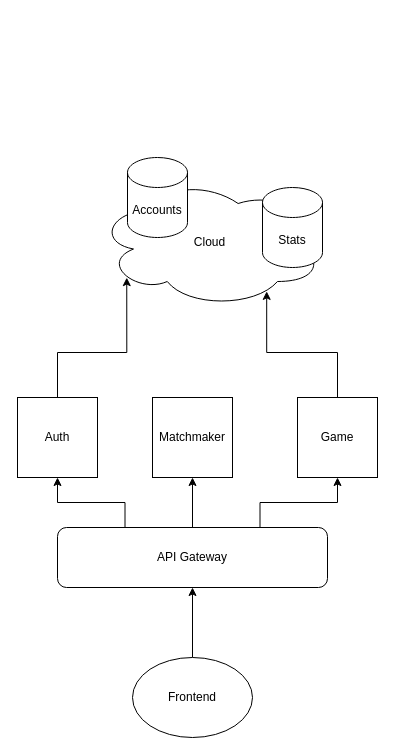
Above: references/Architecture.drawio in Math-Vov13/BloodyMoon (draw.io), before the change. Source tidied: cells renumbered, new cells numbered last; positions are measured from the earlier drawing's top-left corner, leaving out a move shared by most shapes. Both pictures are drawn from the tidied source at 100%, with x=0, y=0 at pixel (17, 157).
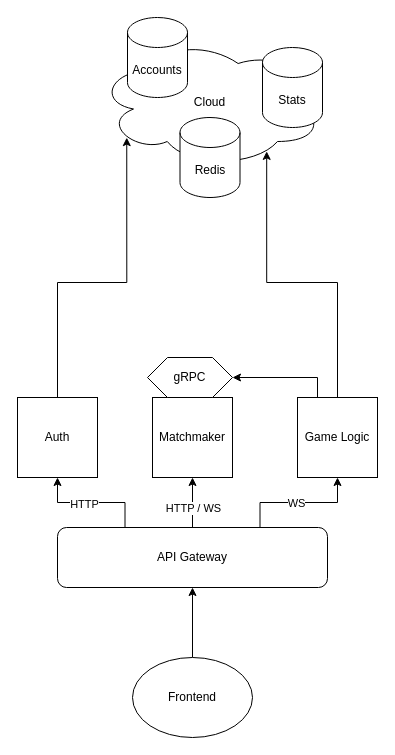
After the change.

Unchanged cells that the change refers to:
```xml
<mxCell id="2" style="edgeStyle=orthogonalEdgeStyle;rounded=0;jettySize=auto;html=1;exitX=0.5;exitY=0;exitDx=0;exitDy=0;entryX=0.5;entryY=1;entryDx=0;entryDy=0;" parent="1" edge="1" source="5" target="9">
  <mxGeometry relative="1" as="geometry" />
</mxCell>
<mxCell id="3" style="edgeStyle=orthogonalEdgeStyle;rounded=0;jettySize=auto;html=1;exitX=0.25;exitY=0;exitDx=0;exitDy=0;entryX=0.5;entryY=1;entryDx=0;entryDy=0;" parent="1" edge="1" source="5" target="8">
  <mxGeometry relative="1" as="geometry" />
</mxCell>
<mxCell id="4" style="edgeStyle=orthogonalEdgeStyle;rounded=0;jettySize=auto;html=1;exitX=0.75;exitY=0;exitDx=0;exitDy=0;entryX=0.5;entryY=1;entryDx=0;entryDy=0;" parent="1" edge="1" source="5" target="10">
  <mxGeometry relative="1" as="geometry" />
</mxCell>
```

The edit, as a diff of the source:
```diff
@@
+    <mxCell id="16" value="HTTP / WS" style="edgeLabel;html=1;align=center;verticalAlign=middle;" parent="2" vertex="1">
+      <mxGeometry x="-0.21" relative="1" as="geometry" />
+    </mxCell>
@@
+    <mxCell id="17" value="HTTP" style="edgeLabel;html=1;align=center;verticalAlign=middle;" parent="3" vertex="1">
+      <mxGeometry x="0.12" y="1" relative="1" as="geometry" />
+    </mxCell>
@@
+    <mxCell id="18" value="WS" style="edgeLabel;html=1;align=center;verticalAlign=middle;" parent="4" vertex="1">
+      <mxGeometry x="-0.05" relative="1" as="geometry" />
+    </mxCell>
@@
+    <mxCell id="19" style="edgeStyle=orthogonalEdgeStyle;rounded=0;jettySize=auto;html=1;exitX=0.25;exitY=0;exitDx=0;exitDy=0;entryX=1;entryY=0.5;entryDx=0;entryDy=0;" parent="1" edge="1" source="10" target="20">
+      <mxGeometry relative="1" as="geometry" />
+    </mxCell>
-    <mxCell id="10" value="Game" style="whiteSpace=wrap;html=1;" parent="1" vertex="1">
+    <mxCell id="10" value="Game Logic" style="whiteSpace=wrap;html=1;" parent="1" vertex="1">
       <mxGeometry x="280" y="240" width="80" height="80" as="geometry" />
     </mxCell>
     <mxCell id="11" value="Cloud" style="ellipse;shape=cloud;whiteSpace=wrap;html=1;" parent="1" vertex="1">
-      <mxGeometry x="80" y="20" width="225" height="130" as="geometry" />
+      <mxGeometry x="80" y="-120" width="225" height="130" as="geometry" />
     </mxCell>
     <mxCell id="12" value="Stats" style="shape=cylinder3;whiteSpace=wrap;html=1;boundedLbl=1;backgroundOutline=1;size=15;" parent="1" vertex="1">
-      <mxGeometry x="245" y="30" width="60" height="80" as="geometry" />
+      <mxGeometry x="245" y="-110" width="60" height="80" as="geometry" />
     </mxCell>
     <mxCell id="13" value="Accounts" style="shape=cylinder3;whiteSpace=wrap;html=1;boundedLbl=1;backgroundOutline=1;size=15;" parent="1" vertex="1">
-      <mxGeometry x="110" width="60" height="80" as="geometry" />
+      <mxGeometry x="110" y="-140" width="60" height="80" as="geometry" />
     </mxCell>
@@
+    <mxCell id="20" value="gRPC" style="shape=hexagon;perimeter=hexagonPerimeter2;whiteSpace=wrap;html=1;fixedSize=1;" parent="1" vertex="1">
+      <mxGeometry x="130" y="200" width="85" height="40" as="geometry" />
+    </mxCell>
+    <mxCell id="21" value="Redis" style="shape=cylinder3;whiteSpace=wrap;html=1;boundedLbl=1;backgroundOutline=1;size=15;" parent="1" vertex="1">
+      <mxGeometry x="162.5" y="-40" width="60" height="80" as="geometry" />
+    </mxCell>
```
